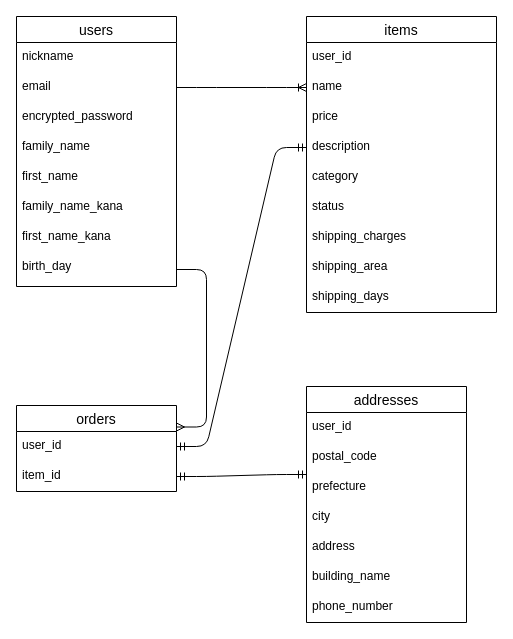
cocoaino/furima-32595 keeps this draw.io diagram as ER.dio. Above is the earlier version. Source tidied: cells renumbered, new cells numbered last; positions are measured from the earlier drawing's top-left corner, leaving out a move shared by most shapes. Both pictures are drawn from the tidied source at 100%, with x=0, y=0 at pixel (16, 16).
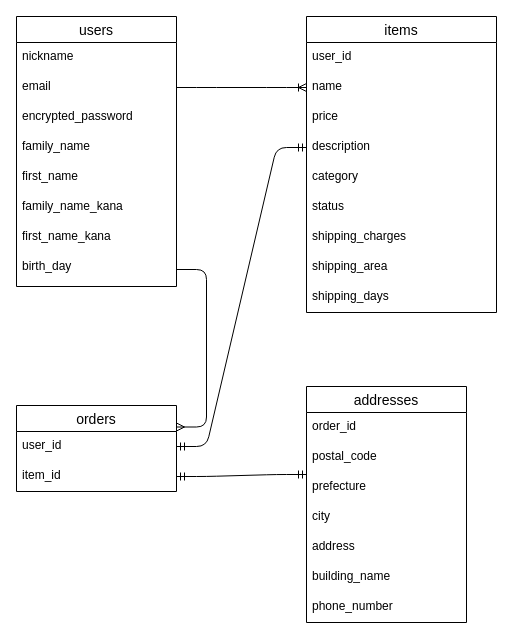
The same page after the edit.

The change refers to these unchanged cells:
```xml
<mxCell id="25" value="addresses" style="swimlane;fontStyle=0;horizontal=1;startSize=26;align=center;fontSize=14;" parent="1" vertex="1">
  <mxGeometry x="290" y="370" width="160" height="236" as="geometry" />
</mxCell>
```

The edit, as a diff of the source:
```diff
@@
-    <mxCell id="26" value="user_id" style="text;strokeColor=none;fillColor=none;spacingLeft=4;spacingRight=4;overflow=hidden;fontSize=12;" parent="25" vertex="1">
+    <mxCell id="26" value="order_id" style="text;strokeColor=none;fillColor=none;spacingLeft=4;spacingRight=4;overflow=hidden;fontSize=12;" parent="25" vertex="1">
       <mxGeometry y="26" width="160" height="30" as="geometry" />
     </mxCell>
```
